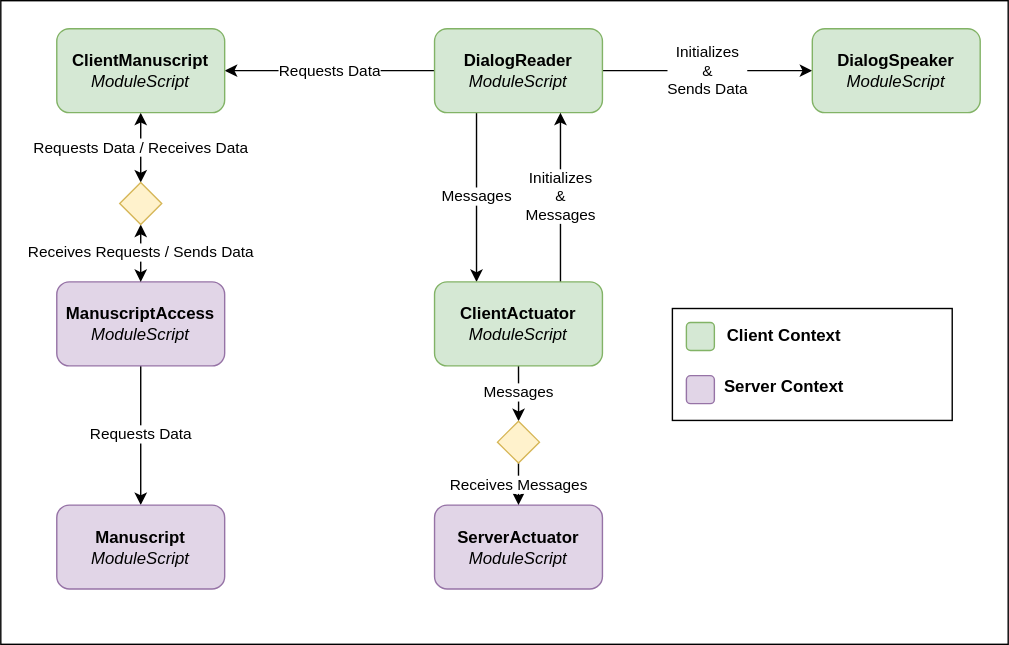
Before: src/assets/Images/Roblox-Dialog-System-Scripts.svg, a diagram exported from draw.io (RMSpratt/Portfolio-Website). Source tidied: cells renumbered, new cells last; positions are measured from the earlier drawing's top-left corner, leaving out a move shared by most shapes.
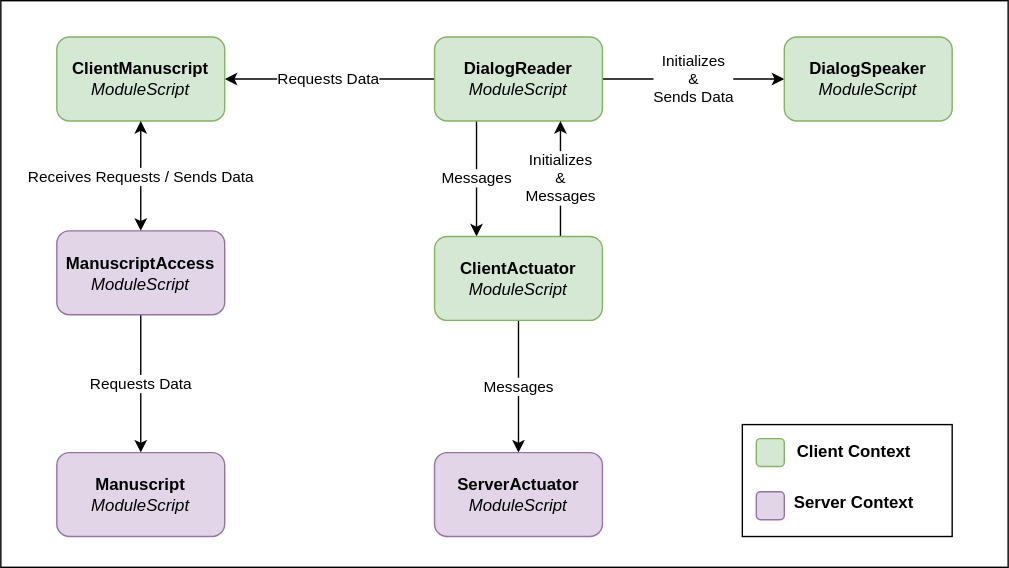
Later version of the same file.

The edit, as a diff of the source:
```diff
@@ -3,76 +3,64 @@
     <mxCell id="0" />
     <mxCell id="1" parent="0" />
     <mxCell id="2" style="rounded=0;whiteSpace=wrap;html=1;" parent="1" vertex="1">
-      <mxGeometry width="720" height="460" as="geometry" />
+      <mxGeometry x="2020" y="-2400" width="720" height="405" as="geometry" />
     </mxCell>
     <mxCell id="3" value="Initializes&lt;br&gt;&amp;amp;&lt;br&gt;Sends Data" style="edgeStyle=orthogonalEdgeStyle;rounded=0;jettySize=auto;html=1;exitX=1;exitY=0.5;exitDx=0;exitDy=0;entryX=0;entryY=0.5;entryDx=0;entryDy=0;" parent="1" edge="1" source="6" target="10">
       <mxGeometry relative="1" as="geometry" />
     </mxCell>
-    <mxCell id="4" value="Requests Data" style="edgeStyle=orthogonalEdgeStyle;rounded=0;jettySize=auto;html=1;exitX=0;exitY=0.5;exitDx=0;exitDy=0;" parent="1" edge="1" source="6" target="12">
+    <mxCell id="4" value="Requests Data" style="edgeStyle=orthogonalEdgeStyle;rounded=0;jettySize=auto;html=1;exitX=0;exitY=0.5;exitDx=0;exitDy=0;" parent="1" edge="1" source="6" target="11">
       <mxGeometry relative="1" as="geometry" />
     </mxCell>
     <mxCell id="5" value="Messages" style="edgeStyle=orthogonalEdgeStyle;rounded=0;jettySize=auto;html=1;exitX=0.25;exitY=1;exitDx=0;exitDy=0;entryX=0.25;entryY=0;entryDx=0;entryDy=0;" parent="1" edge="1" source="6" target="9">
       <mxGeometry relative="1" as="geometry" />
     </mxCell>
     <mxCell id="6" value="&lt;b&gt;DialogReader&lt;/b&gt;&lt;br&gt;&lt;i&gt;ModuleScript&lt;/i&gt;" style="rounded=1;whiteSpace=wrap;html=1;fillColor=#d5e8d4;strokeColor=#82b366;" parent="1" vertex="1">
-      <mxGeometry x="310" y="20" width="120" height="60" as="geometry" />
+      <mxGeometry x="2330" y="-2374" width="120" height="60" as="geometry" />
     </mxCell>
-    <mxCell id="7" value="Messages" style="edgeStyle=orthogonalEdgeStyle;rounded=0;jettySize=auto;html=1;exitX=0.5;exitY=1;exitDx=0;exitDy=0;" parent="1" edge="1" source="9" target="20">
+    <mxCell id="7" value="Messages" style="edgeStyle=orthogonalEdgeStyle;rounded=0;jettySize=auto;html=1;exitX=0.5;exitY=1;exitDx=0;exitDy=0;" parent="1" edge="1" source="9" target="12">
       <mxGeometry relative="1" as="geometry" />
     </mxCell>
     <mxCell id="8" value="Initializes&lt;br&gt;&amp;amp;&lt;br&gt;Messages" style="edgeStyle=orthogonalEdgeStyle;rounded=0;jettySize=auto;html=1;exitX=0.75;exitY=0;exitDx=0;exitDy=0;entryX=0.75;entryY=1;entryDx=0;entryDy=0;" parent="1" edge="1" source="9" target="6">
       <mxGeometry x="0.01" relative="1" as="geometry" />
     </mxCell>
     <mxCell id="9" value="&lt;b&gt;ClientActuator&lt;/b&gt;&lt;br&gt;&lt;i&gt;ModuleScript&lt;/i&gt;" style="rounded=1;whiteSpace=wrap;html=1;fillColor=#d5e8d4;strokeColor=#82b366;" parent="1" vertex="1">
-      <mxGeometry x="310" y="201" width="120" height="60" as="geometry" />
+      <mxGeometry x="2330" y="-2231.5" width="120" height="60" as="geometry" />
     </mxCell>
     <mxCell id="10" value="&lt;b&gt;DialogSpeaker&lt;/b&gt;&lt;br&gt;&lt;i&gt;ModuleScript&lt;/i&gt;" style="rounded=1;whiteSpace=wrap;html=1;fillColor=#d5e8d4;strokeColor=#82b366;" parent="1" vertex="1">
-      <mxGeometry x="580" y="20" width="120" height="60" as="geometry" />
+      <mxGeometry x="2580" y="-2374" width="120" height="60" as="geometry" />
     </mxCell>
-    <mxCell id="11" value="Requests Data / Receives Data" style="edgeStyle=orthogonalEdgeStyle;rounded=0;jettySize=auto;html=1;exitX=0.5;exitY=1;exitDx=0;exitDy=0;startArrow=classic;startFill=1;" parent="1" edge="1" source="12" target="18">
-      <mxGeometry relative="1" as="geometry" />
+    <mxCell id="11" value="&lt;b&gt;ClientManuscript&lt;/b&gt;&lt;br&gt;&lt;i&gt;ModuleScript&lt;/i&gt;" style="rounded=1;whiteSpace=wrap;html=1;fillColor=#d5e8d4;strokeColor=#82b366;" parent="1" vertex="1">
+      <mxGeometry x="2060" y="-2374" width="120" height="60" as="geometry" />
     </mxCell>
-    <mxCell id="12" value="&lt;b&gt;ClientManuscript&lt;/b&gt;&lt;br&gt;&lt;i&gt;ModuleScript&lt;/i&gt;" style="rounded=1;whiteSpace=wrap;html=1;fillColor=#d5e8d4;strokeColor=#82b366;" parent="1" vertex="1">
-      <mxGeometry x="40" y="20" width="120" height="60" as="geometry" />
+    <mxCell id="12" value="&lt;b&gt;ServerActuator&lt;br&gt;&lt;/b&gt;&lt;i&gt;ModuleScript&lt;/i&gt;" style="rounded=1;whiteSpace=wrap;html=1;fillColor=#e1d5e7;strokeColor=#9673a6;" parent="1" vertex="1">
+      <mxGeometry x="2330" y="-2077" width="120" height="60" as="geometry" />
     </mxCell>
-    <mxCell id="13" value="&lt;b&gt;ServerActuator&lt;br&gt;&lt;/b&gt;&lt;i&gt;ModuleScript&lt;/i&gt;" style="rounded=1;whiteSpace=wrap;html=1;fillColor=#e1d5e7;strokeColor=#9673a6;" parent="1" vertex="1">
-      <mxGeometry x="310" y="360.5" width="120" height="60" as="geometry" />
+    <mxCell id="13" value="Requests Data" style="edgeStyle=orthogonalEdgeStyle;rounded=0;jettySize=auto;html=1;exitX=0.5;exitY=1;exitDx=0;exitDy=0;" parent="1" edge="1" source="14" target="15">
+      <mxGeometry relative="1" as="geometry" />
     </mxCell>
-    <mxCell id="14" value="Requests Data" style="edgeStyle=orthogonalEdgeStyle;rounded=0;jettySize=auto;html=1;exitX=0.5;exitY=1;exitDx=0;exitDy=0;" parent="1" edge="1" source="15" target="16">
-      <mxGeometry relative="1" as="geometry" />
+    <mxCell id="14" value="&lt;b&gt;ManuscriptAccess&lt;/b&gt;&lt;br&gt;&lt;i&gt;ModuleScript&lt;/i&gt;" style="rounded=1;whiteSpace=wrap;html=1;fillColor=#e1d5e7;strokeColor=#9673a6;" parent="1" vertex="1">
+      <mxGeometry x="2060" y="-2235.5" width="120" height="60" as="geometry" />
     </mxCell>
-    <mxCell id="15" value="&lt;b&gt;ManuscriptAccess&lt;/b&gt;&lt;br&gt;&lt;i&gt;ModuleScript&lt;/i&gt;" style="rounded=1;whiteSpace=wrap;html=1;fillColor=#e1d5e7;strokeColor=#9673a6;" parent="1" vertex="1">
-      <mxGeometry x="40" y="201" width="120" height="60" as="geometry" />
+    <mxCell id="15" value="&lt;b&gt;Manuscript&lt;/b&gt;&lt;br&gt;&lt;i&gt;ModuleScript&lt;/i&gt;" style="rounded=1;whiteSpace=wrap;html=1;fillColor=#e1d5e7;strokeColor=#9673a6;" parent="1" vertex="1">
+      <mxGeometry x="2060" y="-2077" width="120" height="60" as="geometry" />
     </mxCell>
-    <mxCell id="16" value="&lt;b&gt;Manuscript&lt;/b&gt;&lt;br&gt;&lt;i&gt;ModuleScript&lt;/i&gt;" style="rounded=1;whiteSpace=wrap;html=1;fillColor=#e1d5e7;strokeColor=#9673a6;" parent="1" vertex="1">
-      <mxGeometry x="40" y="360.5" width="120" height="60" as="geometry" />
+    <mxCell id="16" value="Receives Requests / Sends Data" style="edgeStyle=orthogonalEdgeStyle;rounded=0;jettySize=auto;html=1;exitX=0.5;exitY=1;exitDx=0;exitDy=0;startArrow=classic;startFill=1;" parent="1" edge="1" source="11" target="14">
+      <mxGeometry x="0.01" relative="1" as="geometry" />
     </mxCell>
-    <mxCell id="17" value="Receives Requests / Sends Data" style="edgeStyle=orthogonalEdgeStyle;rounded=0;jettySize=auto;html=1;exitX=0.5;exitY=1;exitDx=0;exitDy=0;startArrow=classic;startFill=1;" parent="1" edge="1" source="18" target="15">
-      <mxGeometry relative="1" as="geometry" />
+    <mxCell id="17" style="rounded=0;whiteSpace=wrap;html=1;" parent="1" vertex="1">
+      <mxGeometry x="2550" y="-2097" width="150" height="80" as="geometry" />
     </mxCell>
-    <mxCell id="18" style="rhombus;whiteSpace=wrap;html=1;fillColor=#fff2cc;strokeColor=#d6b656;" parent="1" vertex="1">
-      <mxGeometry x="85" y="130" width="30" height="30" as="geometry" />
+    <mxCell id="18" style="rounded=1;whiteSpace=wrap;html=1;fillColor=#d5e8d4;strokeColor=#82b366;" parent="1" vertex="1">
+      <mxGeometry x="2560" y="-2087" width="20" height="20" as="geometry" />
     </mxCell>
-    <mxCell id="19" value="Receives Messages" style="edgeStyle=orthogonalEdgeStyle;rounded=0;jettySize=auto;html=1;exitX=0.5;exitY=1;exitDx=0;exitDy=0;entryX=0.5;entryY=0;entryDx=0;entryDy=0;" parent="1" edge="1" source="20" target="13">
-      <mxGeometry relative="1" as="geometry" />
+    <mxCell id="19" style="rounded=1;whiteSpace=wrap;html=1;fillColor=#e1d5e7;strokeColor=#9673a6;" parent="1" vertex="1">
+      <mxGeometry x="2560" y="-2049" width="20" height="20" as="geometry" />
     </mxCell>
-    <mxCell id="20" style="rhombus;whiteSpace=wrap;html=1;fillColor=#fff2cc;strokeColor=#d6b656;" parent="1" vertex="1">
-      <mxGeometry x="355" y="300.5" width="30" height="30" as="geometry" />
+    <mxCell id="20" value="Client Context" style="text;html=1;strokeColor=none;fillColor=none;align=center;verticalAlign=middle;whiteSpace=wrap;rounded=0;fontStyle=1;" parent="1" vertex="1">
+      <mxGeometry x="2580" y="-2092" width="100" height="30" as="geometry" />
     </mxCell>
-    <mxCell id="21" style="rounded=0;whiteSpace=wrap;html=1;" parent="1" vertex="1">
-      <mxGeometry x="480" y="220" width="200" height="80" as="geometry" />
+    <mxCell id="21" value="Server Context" style="text;html=1;strokeColor=none;fillColor=none;align=center;verticalAlign=middle;whiteSpace=wrap;rounded=0;fontStyle=1;" parent="1" vertex="1">
+      <mxGeometry x="2580" y="-2056" width="100" height="30" as="geometry" />
     </mxCell>
-    <mxCell id="22" style="rounded=1;whiteSpace=wrap;html=1;fillColor=#d5e8d4;strokeColor=#82b366;" parent="1" vertex="1">
-      <mxGeometry x="490" y="230" width="20" height="20" as="geometry" />
-    </mxCell>
-    <mxCell id="23" style="rounded=1;whiteSpace=wrap;html=1;fillColor=#e1d5e7;strokeColor=#9673a6;" parent="1" vertex="1">
-      <mxGeometry x="490" y="268" width="20" height="20" as="geometry" />
-    </mxCell>
-    <mxCell id="24" value="Client Context" style="text;html=1;strokeColor=none;fillColor=none;align=center;verticalAlign=middle;whiteSpace=wrap;rounded=0;fontStyle=1;" parent="1" vertex="1">
-      <mxGeometry x="510" y="225" width="100" height="30" as="geometry" />
-    </mxCell>
-    <mxCell id="25" value="Server Context" style="text;html=1;strokeColor=none;fillColor=none;align=center;verticalAlign=middle;whiteSpace=wrap;rounded=0;fontStyle=1;" parent="1" vertex="1">
-      <mxGeometry x="510" y="261" width="100" height="30" as="geometry" />
-    </mxCell>
   </root>
 </mxGraphModel>
```
